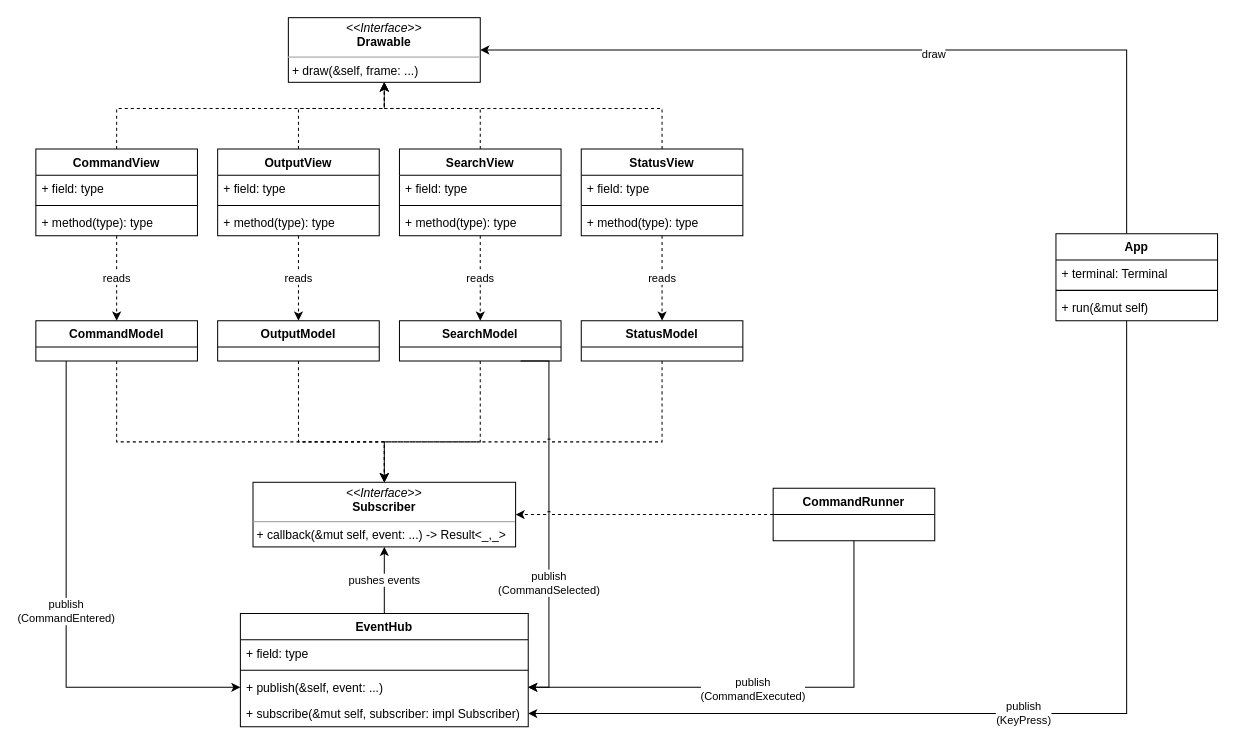
Above: GitTui.drawio in AdamSmith89/GitTui (draw.io), before the change. Source tidied: cells renumbered, new cells numbered last; positions are measured from the earlier drawing's top-left corner, leaving out a move shared by most shapes. Both pictures are drawn from the tidied source at 101%, with x=0, y=0 at pixel (35, 17).
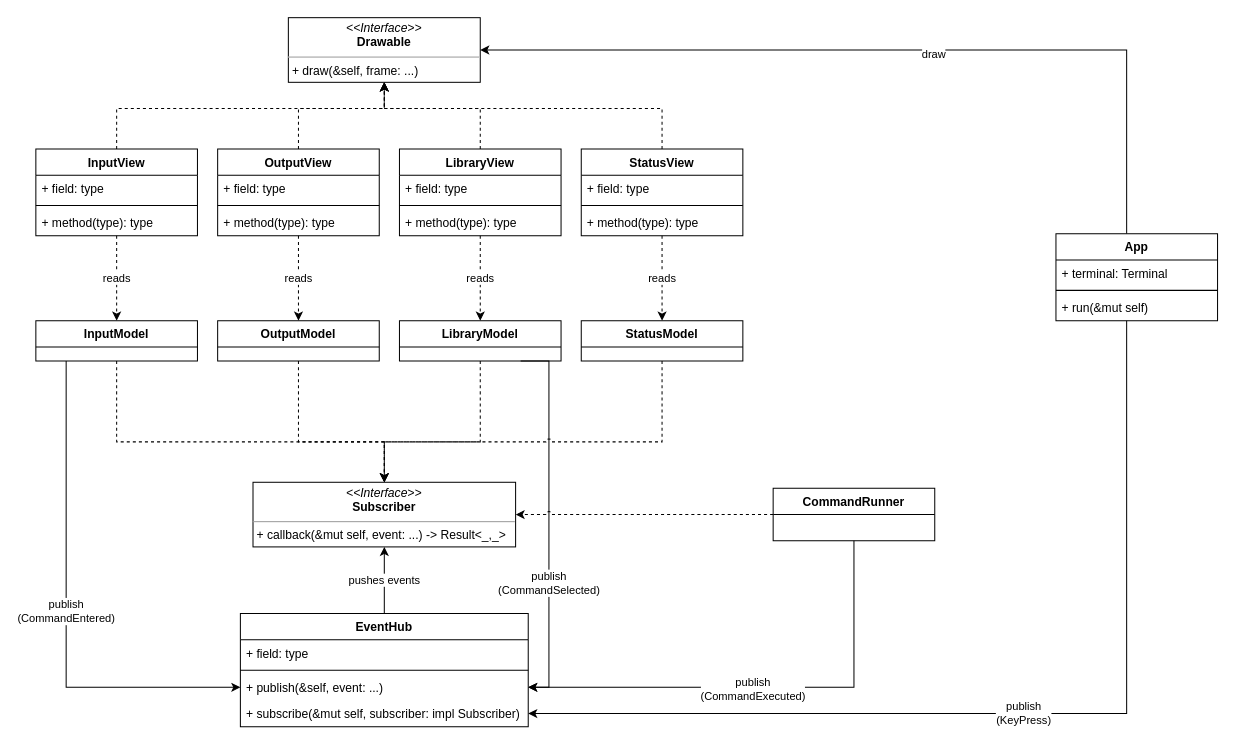
After the change.

What changed in the source:
```diff
@@
-    <mxCell id="5" value="CommandView" style="swimlane;fontStyle=1;align=center;verticalAlign=top;horizontal=1;startSize=26;" parent="1" vertex="1">
+    <mxCell id="5" value="InputView" style="swimlane;fontStyle=1;align=center;verticalAlign=top;horizontal=1;startSize=26;" parent="1" vertex="1">
       <mxGeometry y="130" width="160" height="86" as="geometry" />
     </mxCell>
@@
-    <mxCell id="17" value="SearchView" style="swimlane;fontStyle=1;align=center;verticalAlign=top;horizontal=1;startSize=26;" parent="1" vertex="1">
+    <mxCell id="17" value="LibraryView" style="swimlane;fontStyle=1;align=center;verticalAlign=top;horizontal=1;startSize=26;" parent="1" vertex="1">
       <mxGeometry x="360" y="130" width="160" height="86" as="geometry" />
     </mxCell>
@@
-    <mxCell id="29" value="CommandModel" style="swimlane;fontStyle=1;align=center;verticalAlign=top;horizontal=1;startSize=26;" parent="1" vertex="1">
+    <mxCell id="29" value="InputModel" style="swimlane;fontStyle=1;align=center;verticalAlign=top;horizontal=1;startSize=26;" parent="1" vertex="1">
       <mxGeometry y="300" width="160" height="40" as="geometry" />
     </mxCell>
@@
-    <mxCell id="33" value="SearchModel" style="swimlane;fontStyle=1;align=center;verticalAlign=top;horizontal=1;startSize=26;" parent="1" vertex="1">
+    <mxCell id="33" value="LibraryModel" style="swimlane;fontStyle=1;align=center;verticalAlign=top;horizontal=1;startSize=26;" parent="1" vertex="1">
       <mxGeometry x="360" y="300" width="160" height="40" as="geometry" />
     </mxCell>
```
